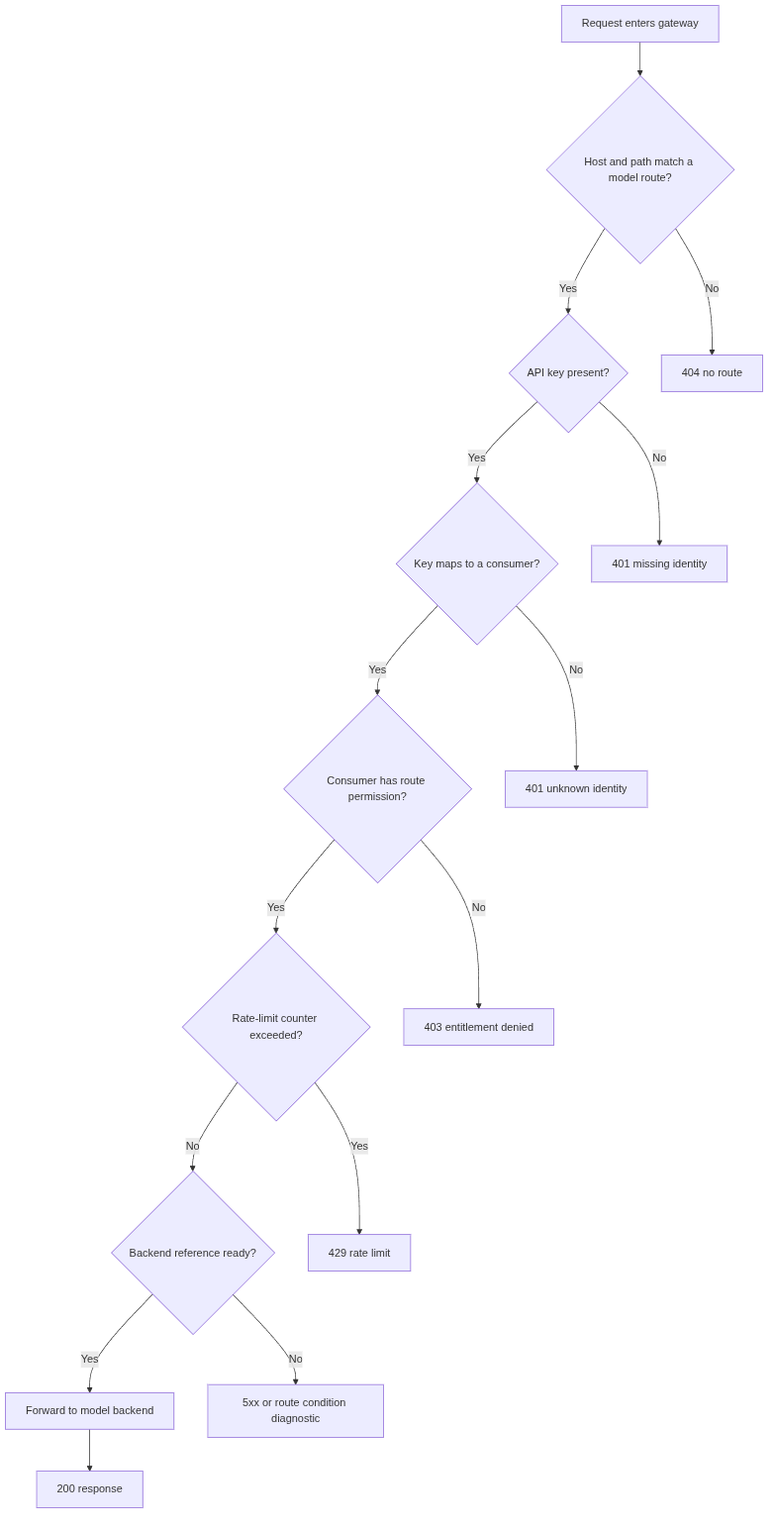
Above: docs/assets/diagrams/rendered/policy-decision-flow.png in maher-elattar/airgapped-ai-gateway-k8s (Mermaid), before the change. Its source is kept beside it as docs/assets/diagrams/mermaid/policy-decision-flow.mmd. Source of this version:
```mermaid
flowchart TD
  request["Request enters gateway"]
  host{"Host and path match a model route?"}
  key{"API key present?"}
  known{"Key maps to a consumer?"}
  allowed{"Consumer has route permission?"}
  limited{"Rate-limit counter exceeded?"}
  backend{"Backend reference ready?"}
  model["Forward to model backend"]
  ok["200 response"]
  missing["401 missing identity"]
  unknown["401 unknown identity"]
  denied["403 entitlement denied"]
  tooMany["429 rate limit"]
  notFound["404 no route"]
  upstream["5xx or route condition diagnostic"]

  request --> host
  host -- "No" --> notFound
  host -- "Yes" --> key
  key -- "No" --> missing
  key -- "Yes" --> known
  known -- "No" --> unknown
  known -- "Yes" --> allowed
  allowed -- "No" --> denied
  allowed -- "Yes" --> limited
  limited -- "Yes" --> tooMany
  limited -- "No" --> backend
  backend -- "No" --> upstream
  backend -- "Yes" --> model --> ok
```
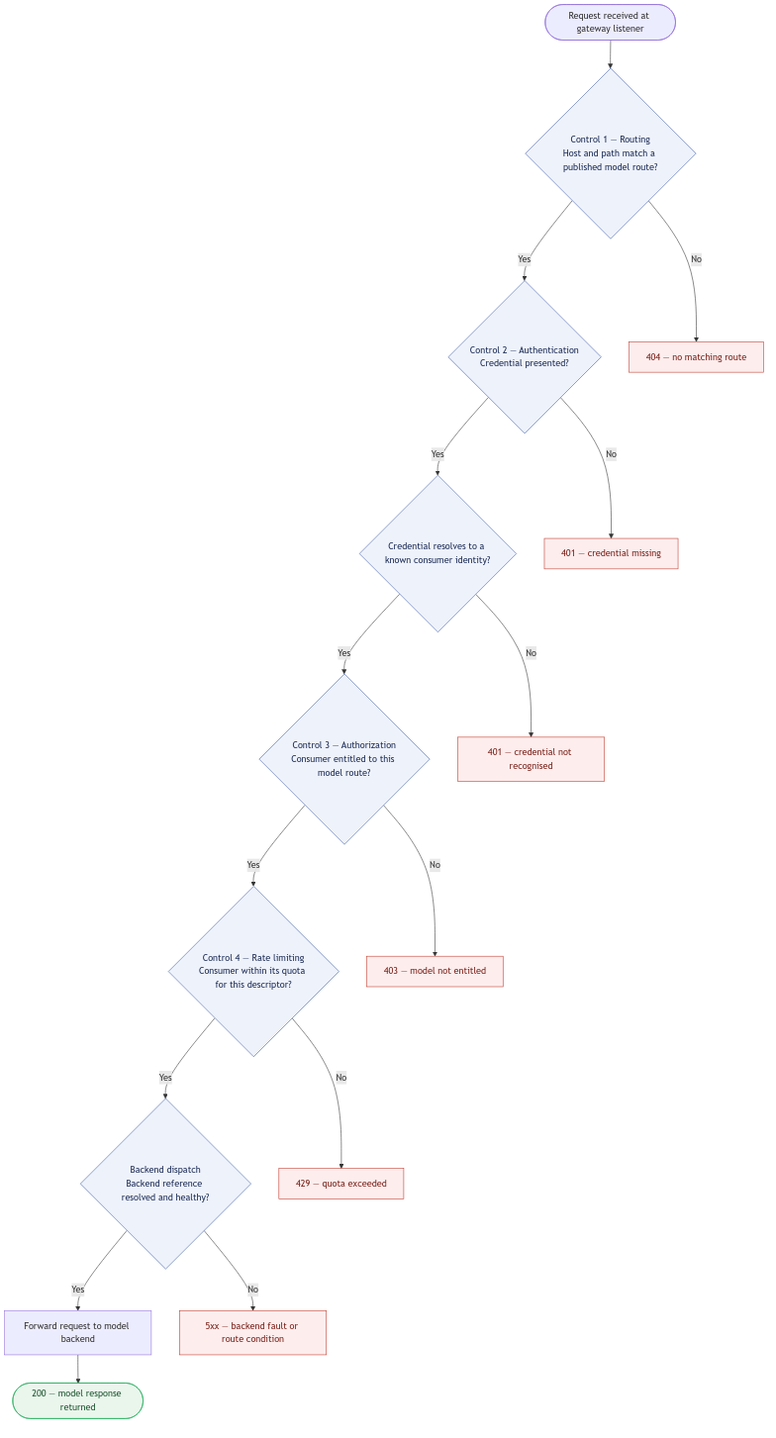
After the commit.

The edit, as a diff of the source:
```diff
@@ -1,30 +1,40 @@
 flowchart TD
-  request["Request enters gateway"]
-  host{"Host and path match a model route?"}
-  key{"API key present?"}
-  known{"Key maps to a consumer?"}
-  allowed{"Consumer has route permission?"}
-  limited{"Rate-limit counter exceeded?"}
-  backend{"Backend reference ready?"}
-  model["Forward to model backend"]
-  ok["200 response"]
-  missing["401 missing identity"]
-  unknown["401 unknown identity"]
-  denied["403 entitlement denied"]
-  tooMany["429 rate limit"]
-  notFound["404 no route"]
-  upstream["5xx or route condition diagnostic"]
+  request(["Request received at gateway listener"])
+  host{"Control 1 — Routing<br/>Host and path match a published model route?"}
+  present{"Control 2 — Authentication<br/>Credential presented?"}
+  resolves{"Credential resolves to a known consumer identity?"}
+  entitled{"Control 3 — Authorization<br/>Consumer entitled to this model route?"}
+  within{"Control 4 — Rate limiting<br/>Consumer within its quota for this descriptor?"}
+  resolved{"Backend dispatch<br/>Backend reference resolved and healthy?"}
+  forward["Forward request to model backend"]
+  success(["200 — model response returned"])
+
+  notFound["404 — no matching route"]
+  noCredential["401 — credential missing"]
+  unknown["401 — credential not recognised"]
+  denied["403 — model not entitled"]
+  throttled["429 — quota exceeded"]
+  upstream["5xx — backend fault or route condition"]
 
   request --> host
+  host -- "Yes" --> present
+  present -- "Yes" --> resolves
+  resolves -- "Yes" --> entitled
+  entitled -- "Yes" --> within
+  within -- "Yes" --> resolved
+  resolved -- "Yes" --> forward
+  forward --> success
+
   host -- "No" --> notFound
-  host -- "Yes" --> key
-  key -- "No" --> missing
-  key -- "Yes" --> known
-  known -- "No" --> unknown
-  known -- "Yes" --> allowed
-  allowed -- "No" --> denied
-  allowed -- "Yes" --> limited
-  limited -- "Yes" --> tooMany
-  limited -- "No" --> backend
-  backend -- "No" --> upstream
-  backend -- "Yes" --> model --> ok
+  present -- "No" --> noCredential
+  resolves -- "No" --> unknown
+  entitled -- "No" --> denied
+  within -- "No" --> throttled
+  resolved -- "No" --> upstream
+
+  classDef gate fill:#eef2fb,stroke:#3b5aa6,color:#1f2f57
+  classDef reject fill:#fdeded,stroke:#c0392b,color:#7b241c
+  classDef accept fill:#eaf6ec,stroke:#27ae60,color:#1e5631
+  class host,present,resolves,entitled,within,resolved gate
+  class notFound,noCredential,unknown,denied,throttled,upstream reject
+  class success accept
```
